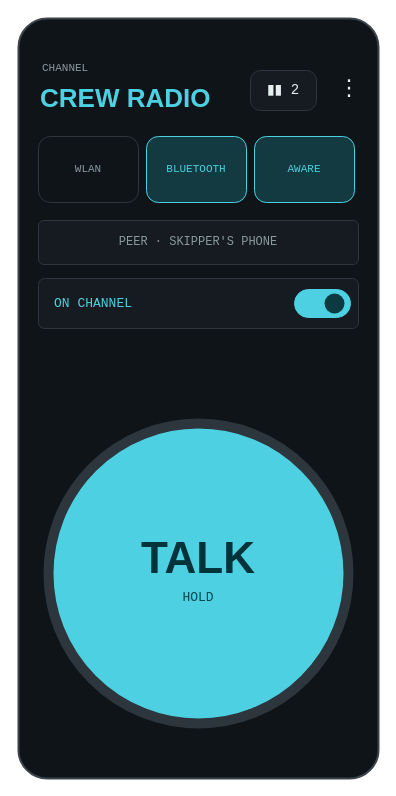
The draw.io diagram docs/diagrams/screen-main.drawio in KEGustafsson/android-push-to-talk, before the edit. Source tidied: cells renumbered, new cells numbered last; positions are measured from the earlier drawing's top-left corner, leaving out a move shared by most shapes. Both pictures are drawn from the tidied source at 100%, with x=0, y=0 at pixel (18, 18).
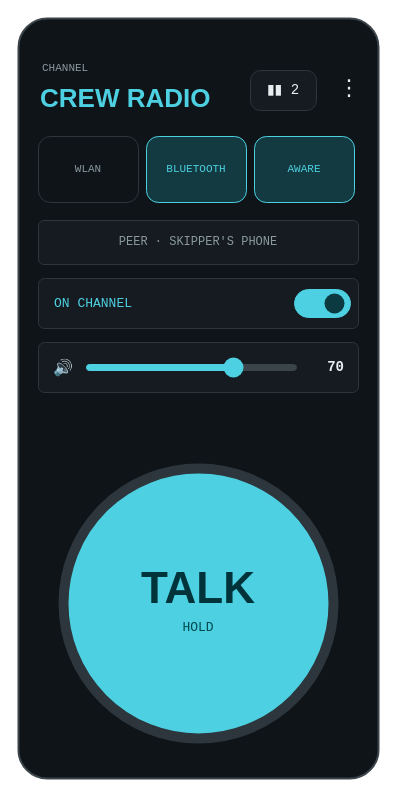
The same diagram, later.

Change to the diagram source:
```diff
@@
+    <mxCell id="18" style="rounded=1;arcSize=12;whiteSpace=wrap;html=1;fillColor=#151B20;strokeColor=#2C363C;strokeWidth=1;fontSize=12;fontColor=#E6EEF0;fontFamily=Courier New;" parent="1" vertex="1">
+      <mxGeometry x="20" y="324" width="320" height="50" as="geometry" />
+    </mxCell>
+    <mxCell id="19" value="🔊" style="text;html=1;whiteSpace=wrap;align=center;verticalAlign=middle;fontSize=16;fontColor=#E6EEF0;fontFamily=Helvetica;spacing=0;" parent="1" vertex="1">
+      <mxGeometry x="30" y="334" width="30" height="30" as="geometry" />
+    </mxCell>
+    <mxCell id="20" style="rounded=1;arcSize=50;whiteSpace=wrap;html=1;fillColor=#3A444A;strokeColor=#3A444A;strokeWidth=1;fontSize=12;fontColor=#E6EEF0;fontFamily=Courier New;" parent="1" vertex="1">
+      <mxGeometry x="68" y="346" width="210" height="6" as="geometry" />
+    </mxCell>
+    <mxCell id="21" style="rounded=1;arcSize=50;whiteSpace=wrap;html=1;fillColor=#4DD0E1;strokeColor=#4DD0E1;strokeWidth=1;fontSize=12;fontColor=#E6EEF0;fontFamily=Courier New;" parent="1" vertex="1">
+      <mxGeometry x="68" y="346" width="147" height="6" as="geometry" />
+    </mxCell>
+    <mxCell id="22" style="ellipse;whiteSpace=wrap;html=1;fillColor=#4DD0E1;strokeColor=none;" parent="1" vertex="1">
+      <mxGeometry x="205" y="339" width="20" height="20" as="geometry" />
+    </mxCell>
+    <mxCell id="23" value="70" style="text;html=1;whiteSpace=wrap;align=right;verticalAlign=middle;fontSize=14;fontColor=#E6EEF0;fontFamily=Courier New;fontStyle=1;spacing=0;" parent="1" vertex="1">
+      <mxGeometry x="286" y="336" width="40" height="26" as="geometry" />
+    </mxCell>
     <mxCell id="15" style="ellipse;whiteSpace=wrap;html=1;fillColor=#4DD0E1;strokeColor=#2C363C;strokeWidth=10;" parent="1" vertex="1">
-      <mxGeometry x="30" y="405" width="300" height="300" as="geometry" />
+      <mxGeometry x="45" y="450" width="270" height="270" as="geometry" />
     </mxCell>
     <mxCell id="16" value="TALK" style="text;html=1;whiteSpace=wrap;align=center;verticalAlign=middle;fontSize=44;fontColor=#00343A;fontFamily=Helvetica;fontStyle=1;spacing=0;" parent="1" vertex="1">
-      <mxGeometry x="30" y="515" width="300" height="50" as="geometry" />
+      <mxGeometry x="45" y="545" width="270" height="50" as="geometry" />
     </mxCell>
     <mxCell id="17" value="HOLD" style="text;html=1;whiteSpace=wrap;align=center;verticalAlign=middle;fontSize=13;fontColor=#00494F;fontFamily=Courier New;spacing=0;" parent="1" vertex="1">
-      <mxGeometry x="30" y="567" width="300" height="24" as="geometry" />
+      <mxGeometry x="45" y="597" width="270" height="24" as="geometry" />
     </mxCell>
```
